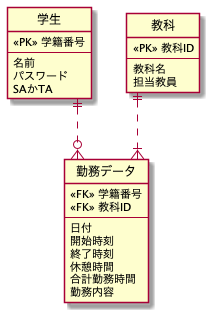
Aruminium/param-api keeps this PlantUML diagram as documents/DB.png. Above is the earlier version.
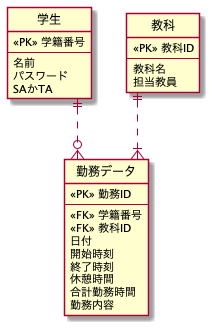
After the change.

Diff of the diagram source:
```diff
@@ -18,9 +18,10 @@
 }
 
 entity "勤務データ" as t3 {
+  <<PK>> 勤務ID
+  --
   <<FK>> 学籍番号
   <<FK>> 教科ID
-  --
   日付
   開始時刻
   終了時刻
```
